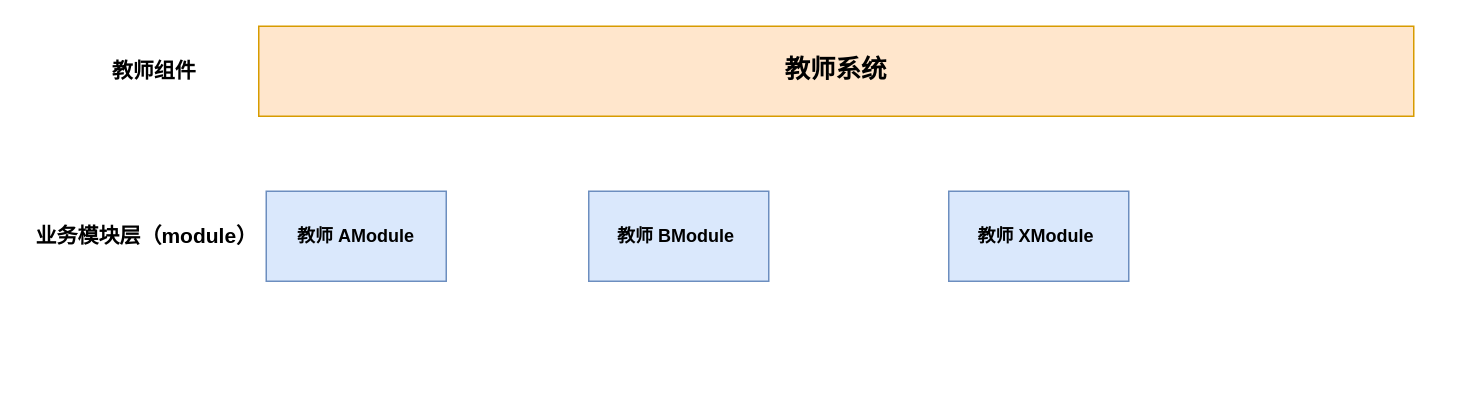
Earlier version of the draw.io diagram 教师系统.drawio (123yangu/private_tool). Source tidied: cells renumbered, new cells numbered last; positions are measured from the earlier drawing's top-left corner, leaving out a move shared by most shapes. Both pictures are drawn from the tidied source at 150%, with x=0, y=0 at pixel (26, 26).
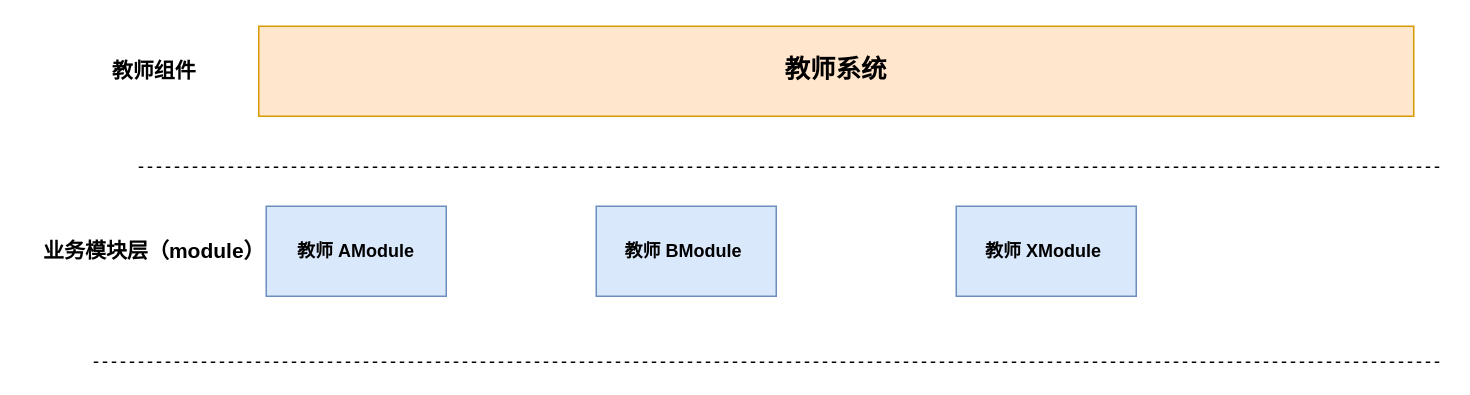
The same page after the edit.

Diff of the diagram source:
```diff
@@
 <mxGraphModel>
   <root>
     <mxCell id="0" />
     <mxCell id="1" parent="0" />
     <mxCell id="2" value="&lt;font style=&quot;font-size: 17px&quot;&gt;&lt;b&gt;教师系统&lt;/b&gt;&lt;/font&gt;" style="rounded=0;whiteSpace=wrap;html=1;fillColor=#ffe6cc;strokeColor=#d79b00;" parent="1" vertex="1">
       <mxGeometry x="155" width="770" height="60" as="geometry" />
     </mxCell>
     <mxCell id="3" value="&lt;b&gt;&lt;font style=&quot;font-size: 14px&quot;&gt;教师组件&lt;/font&gt;&lt;/b&gt;" style="text;html=1;align=center;verticalAlign=middle;" parent="1" vertex="1">
       <mxGeometry x="50" y="20" width="70" height="20" as="geometry" />
     </mxCell>
     <mxCell id="4" value="&lt;span style=&quot;font-size: 14px&quot;&gt;&lt;b&gt;业务模块层（module）&lt;/b&gt;&lt;/span&gt;" style="text;html=1;align=center;verticalAlign=middle;" parent="1" vertex="1">
-      <mxGeometry y="130" width="160" height="20" as="geometry" />
+      <mxGeometry x="5" y="140" width="160" height="20" as="geometry" />
     </mxCell>
     <mxCell id="5" value="&lt;b&gt;教师 AModule&lt;/b&gt;" style="rounded=0;whiteSpace=wrap;html=1;fillColor=#dae8fc;strokeColor=#6c8ebf;" parent="1" vertex="1">
-      <mxGeometry x="160" y="110" width="120" height="60" as="geometry" />
+      <mxGeometry x="160" y="120" width="120" height="60" as="geometry" />
     </mxCell>
     <mxCell id="6" value="&lt;b&gt;教师 BModule&lt;/b&gt;&amp;nbsp;" style="rounded=0;whiteSpace=wrap;html=1;fillColor=#dae8fc;strokeColor=#6c8ebf;fontStyle=1;" parent="1" vertex="1">
-      <mxGeometry x="375" y="110" width="120" height="60" as="geometry" />
+      <mxGeometry x="380" y="120" width="120" height="60" as="geometry" />
     </mxCell>
     <mxCell id="7" value="&lt;b&gt;教师 XModule&lt;/b&gt;&amp;nbsp;" style="rounded=0;whiteSpace=wrap;html=1;fillColor=#dae8fc;strokeColor=#6c8ebf;fontStyle=1;" parent="1" vertex="1">
-      <mxGeometry x="615" y="110" width="120" height="60" as="geometry" />
+      <mxGeometry x="620" y="120" width="120" height="60" as="geometry" />
     </mxCell>
+    <mxCell id="8" style="line;strokeWidth=1;fillColor=none;align=left;verticalAlign=middle;spacingTop=-1;spacingLeft=3;spacingRight=3;labelPosition=right;dashed=1;" parent="1" vertex="1">
+      <mxGeometry x="45" y="220" width="900" height="8" as="geometry" />
+    </mxCell>
+    <mxCell id="9" style="line;strokeWidth=1;fillColor=none;align=left;verticalAlign=middle;spacingTop=-1;spacingLeft=3;spacingRight=3;labelPosition=right;dashed=1;" parent="1" vertex="1">
+      <mxGeometry x="75" y="90" width="870" height="8" as="geometry" />
+    </mxCell>
   </root>
 </mxGraphModel>
```
